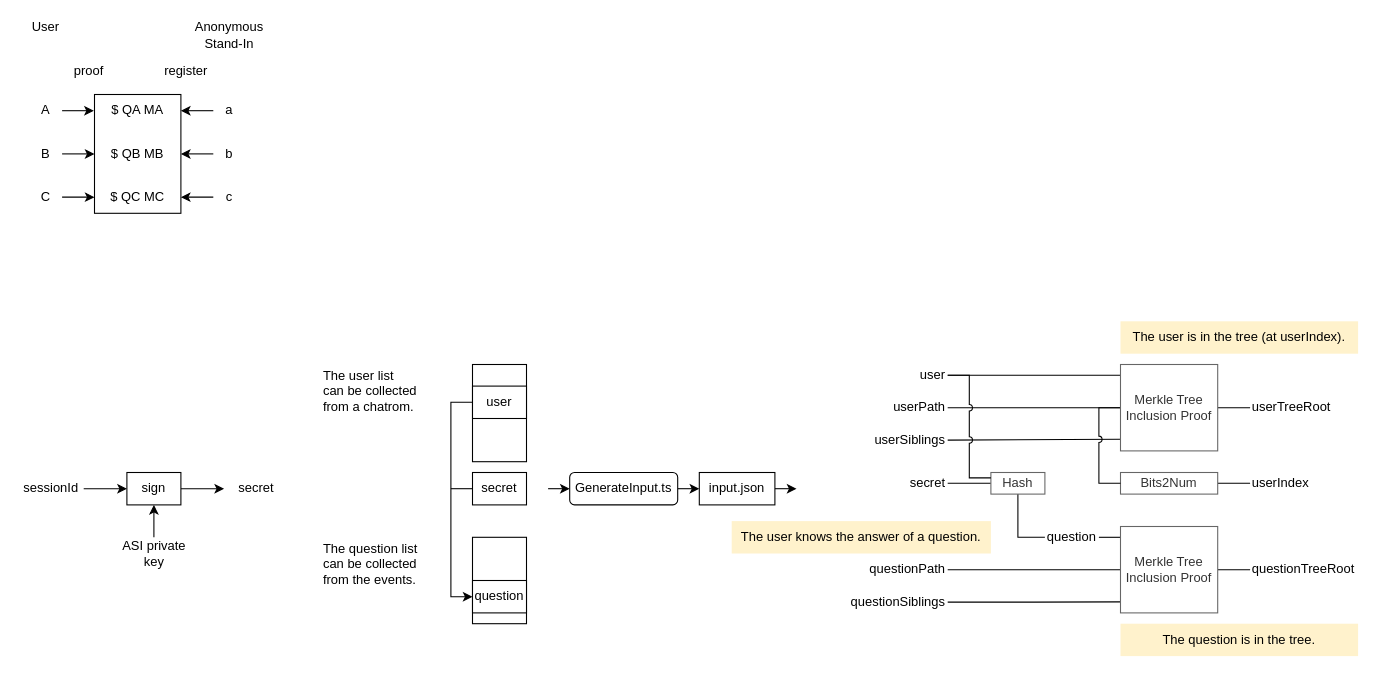
Above: page "circuit" (1 of 9) of doc/AnonymousStandIn.drawio in LCamel/anonymous-stand-in (draw.io), before the change. Source tidied: cells renumbered, new cells numbered last; positions are measured from the earlier drawing's top-left corner, leaving out a move shared by most shapes. Both pictures are drawn from the tidied source at 108%, with x=0, y=0 at pixel (18, 18).
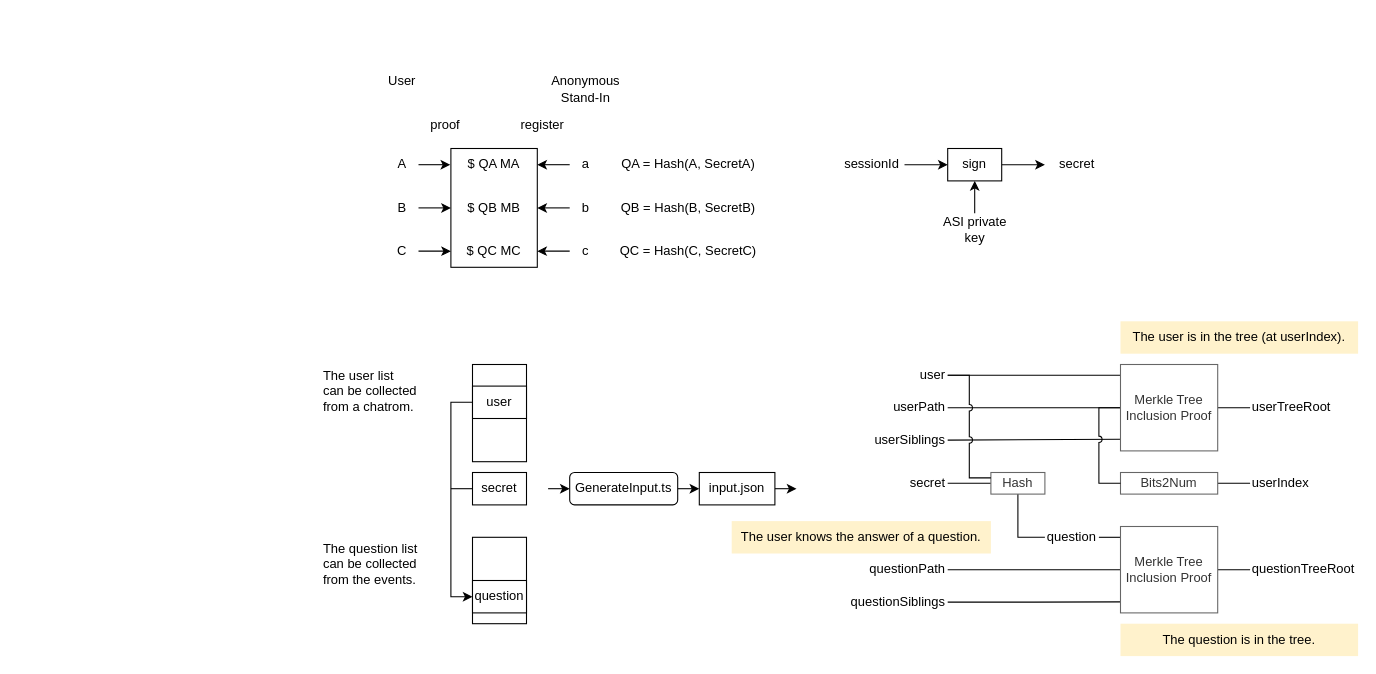
After the change.

Diff of the diagram source:
```diff
@@
     <mxCell id="47" value="sign" style="rounded=0;whiteSpace=wrap;html=1;" parent="1" vertex="1">
-      <mxGeometry x="100" y="420" width="50" height="30" as="geometry" />
+      <mxGeometry x="860" y="120" width="50" height="30" as="geometry" />
     </mxCell>
@@
     <mxCell id="49" value="ASI private key" style="text;html=1;strokeColor=none;fillColor=none;align=center;verticalAlign=middle;whiteSpace=wrap;rounded=0;" parent="1" vertex="1">
-      <mxGeometry x="92.5" y="480" width="65" height="30" as="geometry" />
+      <mxGeometry x="852.5" y="180" width="65" height="30" as="geometry" />
     </mxCell>
@@
     <mxCell id="51" value="sessionId" style="text;html=1;strokeColor=none;fillColor=none;align=center;verticalAlign=middle;whiteSpace=wrap;rounded=0;" parent="1" vertex="1">
-      <mxGeometry y="420" width="60" height="30" as="geometry" />
+      <mxGeometry x="760" y="120" width="60" height="30" as="geometry" />
     </mxCell>
     <mxCell id="52" value="secret" style="text;html=1;strokeColor=none;fillColor=none;align=center;verticalAlign=middle;whiteSpace=wrap;rounded=0;" parent="1" vertex="1">
-      <mxGeometry x="190" y="420" width="60" height="30" as="geometry" />
+      <mxGeometry x="950" y="120" width="60" height="30" as="geometry" />
     </mxCell>
@@
     <mxCell id="54" value="A" style="text;html=1;strokeColor=none;fillColor=none;align=center;verticalAlign=middle;whiteSpace=wrap;rounded=0;" parent="1" vertex="1">
-      <mxGeometry x="10" y="70" width="30" height="30" as="geometry" />
+      <mxGeometry x="340" y="120" width="30" height="30" as="geometry" />
     </mxCell>
@@
     <mxCell id="56" value="B" style="text;html=1;strokeColor=none;fillColor=none;align=center;verticalAlign=middle;whiteSpace=wrap;rounded=0;" parent="1" vertex="1">
-      <mxGeometry x="10" y="110" width="30" height="30" as="geometry" />
+      <mxGeometry x="340" y="160" width="30" height="30" as="geometry" />
     </mxCell>
@@
     <mxCell id="58" value="C" style="text;html=1;strokeColor=none;fillColor=none;align=center;verticalAlign=middle;whiteSpace=wrap;rounded=0;" parent="1" vertex="1">
-      <mxGeometry x="10" y="150" width="30" height="30" as="geometry" />
+      <mxGeometry x="340" y="200" width="30" height="30" as="geometry" />
     </mxCell>
     <mxCell id="59" value="$ QA MA" style="text;html=1;strokeColor=none;fillColor=none;align=center;verticalAlign=middle;whiteSpace=wrap;rounded=0;" parent="1" vertex="1">
-      <mxGeometry x="70" y="70" width="80" height="30" as="geometry" />
+      <mxGeometry x="400" y="120" width="80" height="30" as="geometry" />
     </mxCell>
     <mxCell id="60" value="$ QB MB" style="text;html=1;strokeColor=none;fillColor=none;align=center;verticalAlign=middle;whiteSpace=wrap;rounded=0;" parent="1" vertex="1">
-      <mxGeometry x="70" y="110" width="80" height="30" as="geometry" />
+      <mxGeometry x="400" y="160" width="80" height="30" as="geometry" />
     </mxCell>
     <mxCell id="61" value="$ QC MC" style="text;html=1;strokeColor=none;fillColor=none;align=center;verticalAlign=middle;whiteSpace=wrap;rounded=0;" parent="1" vertex="1">
-      <mxGeometry x="70" y="150" width="80" height="30" as="geometry" />
+      <mxGeometry x="400" y="200" width="80" height="30" as="geometry" />
     </mxCell>
@@
     <mxCell id="63" value="a" style="text;html=1;strokeColor=none;fillColor=none;align=center;verticalAlign=middle;whiteSpace=wrap;rounded=0;" parent="1" vertex="1">
-      <mxGeometry x="180" y="70" width="30" height="30" as="geometry" />
+      <mxGeometry x="510" y="120" width="30" height="30" as="geometry" />
     </mxCell>
@@
     <mxCell id="65" value="b" style="text;html=1;strokeColor=none;fillColor=none;align=center;verticalAlign=middle;whiteSpace=wrap;rounded=0;" parent="1" vertex="1">
-      <mxGeometry x="180" y="110" width="30" height="30" as="geometry" />
+      <mxGeometry x="510" y="160" width="30" height="30" as="geometry" />
     </mxCell>
@@
     <mxCell id="67" value="c" style="text;html=1;strokeColor=none;fillColor=none;align=center;verticalAlign=middle;whiteSpace=wrap;rounded=0;" parent="1" vertex="1">
-      <mxGeometry x="180" y="150" width="30" height="30" as="geometry" />
+      <mxGeometry x="510" y="200" width="30" height="30" as="geometry" />
     </mxCell>
     <mxCell id="68" style="rounded=0;whiteSpace=wrap;html=1;fillColor=none;" parent="1" vertex="1">
-      <mxGeometry x="70" y="70" width="80" height="110" as="geometry" />
+      <mxGeometry x="400" y="120" width="80" height="110" as="geometry" />
     </mxCell>
     <mxCell id="69" value="User&lt;br&gt;&amp;nbsp;" style="text;html=1;strokeColor=none;fillColor=none;align=center;verticalAlign=middle;whiteSpace=wrap;rounded=0;" parent="1" vertex="1">
-      <mxGeometry width="50" height="30" as="geometry" />
+      <mxGeometry x="330" y="50" width="50" height="30" as="geometry" />
     </mxCell>
     <mxCell id="70" value="Anonymous&lt;br&gt;Stand-In" style="text;html=1;strokeColor=none;fillColor=none;align=center;verticalAlign=middle;whiteSpace=wrap;rounded=0;" parent="1" vertex="1">
-      <mxGeometry x="160" width="70" height="30" as="geometry" />
+      <mxGeometry x="490" y="50" width="70" height="30" as="geometry" />
     </mxCell>
     <mxCell id="71" value="proof&lt;br&gt;&amp;nbsp;" style="text;html=1;strokeColor=none;fillColor=none;align=center;verticalAlign=middle;whiteSpace=wrap;rounded=0;" parent="1" vertex="1">
-      <mxGeometry x="40" y="40" width="50" height="30" as="geometry" />
+      <mxGeometry x="370" y="90" width="50" height="30" as="geometry" />
     </mxCell>
     <mxCell id="72" value="register&lt;br&gt;&amp;nbsp;" style="text;html=1;strokeColor=none;fillColor=none;align=center;verticalAlign=middle;whiteSpace=wrap;rounded=0;" parent="1" vertex="1">
-      <mxGeometry x="130" y="40" width="50" height="30" as="geometry" />
+      <mxGeometry x="460" y="90" width="50" height="30" as="geometry" />
     </mxCell>
+    <mxCell id="73" value="QA = Hash(A, SecretA)" style="text;html=1;strokeColor=none;fillColor=none;align=center;verticalAlign=middle;whiteSpace=wrap;rounded=0;" parent="1" vertex="1">
+      <mxGeometry x="540" y="120" width="160" height="30" as="geometry" />
+    </mxCell>
+    <mxCell id="74" value="QB = Hash(B, SecretB)" style="text;html=1;strokeColor=none;fillColor=none;align=center;verticalAlign=middle;whiteSpace=wrap;rounded=0;" parent="1" vertex="1">
+      <mxGeometry x="540" y="160" width="160" height="30" as="geometry" />
+    </mxCell>
+    <mxCell id="75" value="QC = Hash(C, SecretC)" style="text;html=1;strokeColor=none;fillColor=none;align=center;verticalAlign=middle;whiteSpace=wrap;rounded=0;" parent="1" vertex="1">
+      <mxGeometry x="540" y="200" width="160" height="30" as="geometry" />
+    </mxCell>
```
